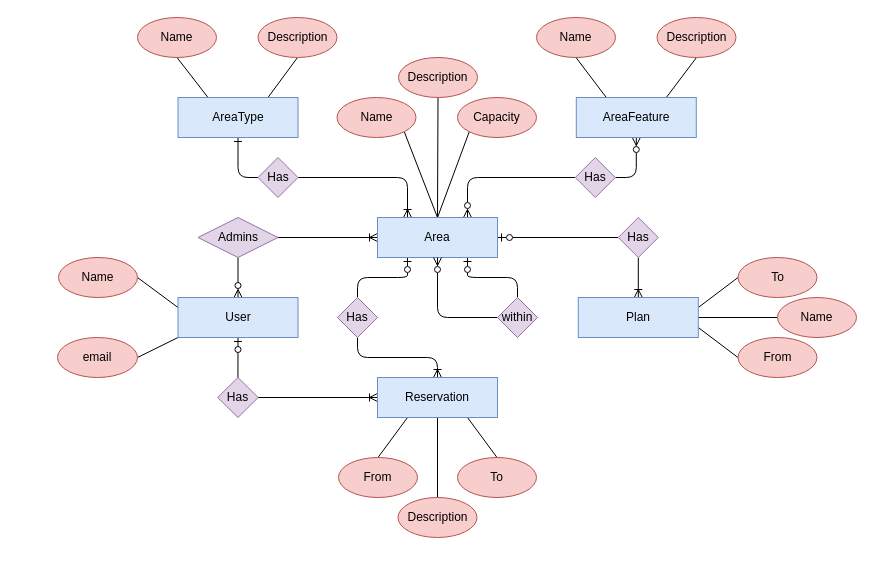
This is page "Simple Diagram" (1 of 2) of docs/database diagram.drawio from odinguden/office-space-manager, a draw.io file, before an edit. Source tidied: cells renumbered, new cells numbered last; positions are measured from the earlier drawing's top-left corner, leaving out a move shared by most shapes. Both pictures are drawn from the tidied source at 100%, with x=0, y=0 at pixel (57, 17).
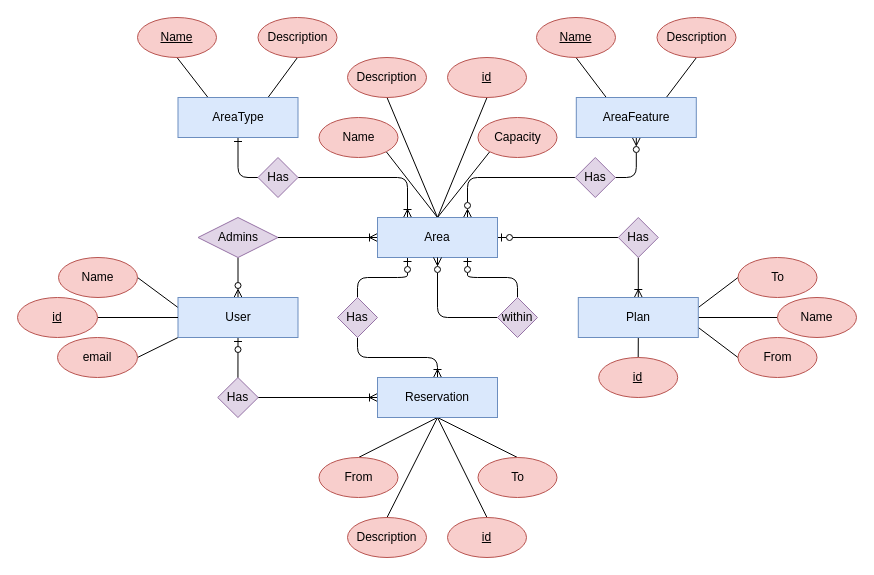
Above is the later version.

Commit message:
Added primary keys to ER diagram

The change refers to these unchanged cells:
```xml
<mxCell id="11" value="Area" style="rounded=0;whiteSpace=wrap;html=1;fillColor=#dae8fc;strokeColor=#6c8ebf;" parent="1" vertex="1">
  <mxGeometry x="320" y="200" width="120" height="40" as="geometry" />
</mxCell>
<mxCell id="27" value="User" style="rounded=0;whiteSpace=wrap;html=1;fillColor=#dae8fc;strokeColor=#6c8ebf;" parent="1" vertex="1">
  <mxGeometry x="120.5" y="280" width="120" height="40" as="geometry" />
</mxCell>
<mxCell id="31" value="Reservation" style="rounded=0;whiteSpace=wrap;html=1;fillColor=#dae8fc;strokeColor=#6c8ebf;" parent="1" vertex="1">
  <mxGeometry x="320" y="360" width="120" height="40" as="geometry" />
</mxCell>
<mxCell id="35" value="Plan" style="rounded=0;whiteSpace=wrap;html=1;fillColor=#dae8fc;strokeColor=#6c8ebf;" parent="1" vertex="1">
  <mxGeometry x="520.8" y="280" width="120" height="40" as="geometry" />
</mxCell>
```

The edit, as a diff of the source:
```diff
@@
+    <mxCell id="59" style="edgeStyle=none;html=1;exitX=0.5;exitY=0;exitDx=0;exitDy=0;entryX=0.5;entryY=1;entryDx=0;entryDy=0;endArrow=none;endFill=0;" parent="1" edge="1" source="11" target="62">
+      <mxGeometry relative="1" as="geometry" />
+    </mxCell>
@@
+    <mxCell id="30" style="edgeStyle=none;html=1;exitX=0.5;exitY=1;exitDx=0;exitDy=0;entryX=0.5;entryY=0;entryDx=0;entryDy=0;endArrow=none;endFill=0;" parent="1" edge="1" source="31" target="58">
+      <mxGeometry relative="1" as="geometry" />
+    </mxCell>
+    <mxCell id="60" style="edgeStyle=none;html=1;exitX=0.5;exitY=1;exitDx=0;exitDy=0;entryX=0.5;entryY=0;entryDx=0;entryDy=0;endArrow=none;endFill=0;" parent="1" edge="1" source="31" target="65">
+      <mxGeometry relative="1" as="geometry" />
+    </mxCell>
-    <mxCell id="28" style="edgeStyle=none;html=1;exitX=0.25;exitY=1;exitDx=0;exitDy=0;entryX=0.5;entryY=0;entryDx=0;entryDy=0;endArrow=none;endFill=0;" parent="1" edge="1" source="31" target="44">
+    <mxCell id="28" style="edgeStyle=none;html=1;exitX=0.5;exitY=1;exitDx=0;exitDy=0;entryX=0.5;entryY=0;entryDx=0;entryDy=0;endArrow=none;endFill=0;" parent="1" edge="1" source="31" target="44">
       <mxGeometry relative="1" as="geometry" />
     </mxCell>
-    <mxCell id="29" style="edgeStyle=none;html=1;exitX=0.75;exitY=1;exitDx=0;exitDy=0;entryX=0.5;entryY=0;entryDx=0;entryDy=0;endArrow=none;endFill=0;" parent="1" edge="1" source="31" target="45">
+    <mxCell id="29" style="edgeStyle=none;html=1;exitX=0.5;exitY=1;exitDx=0;exitDy=0;entryX=0.5;entryY=0;entryDx=0;entryDy=0;endArrow=none;endFill=0;" parent="1" edge="1" source="31" target="45">
       <mxGeometry relative="1" as="geometry" />
     </mxCell>
-    <mxCell id="30" style="edgeStyle=none;html=1;exitX=0.5;exitY=1;exitDx=0;exitDy=0;entryX=0.5;entryY=0;entryDx=0;entryDy=0;endArrow=none;endFill=0;" parent="1" edge="1" source="31" target="58">
-      <mxGeometry relative="1" as="geometry" />
-    </mxCell>
@@
+    <mxCell id="61" style="edgeStyle=none;html=1;exitX=0.5;exitY=1;exitDx=0;exitDy=0;entryX=0.5;entryY=0;entryDx=0;entryDy=0;endArrow=none;endFill=0;" parent="1" edge="1" source="35" target="66">
+      <mxGeometry relative="1" as="geometry" />
+    </mxCell>
@@
     <mxCell id="44" value="From" style="ellipse;whiteSpace=wrap;html=1;fillColor=#f8cecc;strokeColor=#b85450;" parent="1" vertex="1">
-      <mxGeometry x="281" y="440" width="79" height="40" as="geometry" />
+      <mxGeometry x="261.5" y="440" width="79" height="40" as="geometry" />
     </mxCell>
     <mxCell id="45" value="To" style="ellipse;whiteSpace=wrap;html=1;fillColor=#f8cecc;strokeColor=#b85450;" parent="1" vertex="1">
-      <mxGeometry x="400" y="440" width="79" height="40" as="geometry" />
+      <mxGeometry x="420.5" y="440" width="79" height="40" as="geometry" />
     </mxCell>
-    <mxCell id="46" value="Name" style="ellipse;whiteSpace=wrap;html=1;fillColor=#f8cecc;strokeColor=#b85450;" parent="1" vertex="1">
+    <mxCell id="46" value="&lt;u&gt;Name&lt;/u&gt;" style="ellipse;whiteSpace=wrap;html=1;fillColor=#f8cecc;strokeColor=#b85450;" parent="1" vertex="1">
       <mxGeometry x="80" width="79" height="40" as="geometry" />
     </mxCell>
@@
-    <mxCell id="48" value="Name" style="ellipse;whiteSpace=wrap;html=1;fillColor=#f8cecc;strokeColor=#b85450;" parent="1" vertex="1">
+    <mxCell id="48" value="Name" style="ellipse;whiteSpace=wrap;html=1;fillColor=#f8cecc;strokeColor=#b85450;fontStyle=4;" parent="1" vertex="1">
       <mxGeometry x="479" width="79" height="40" as="geometry" />
     </mxCell>
@@
     <mxCell id="52" value="Description" style="ellipse;whiteSpace=wrap;html=1;fillColor=#f8cecc;strokeColor=#b85450;" parent="1" vertex="1">
-      <mxGeometry x="341" y="40" width="79" height="40" as="geometry" />
+      <mxGeometry x="290" y="40" width="79" height="40" as="geometry" />
     </mxCell>
     <mxCell id="53" value="Name" style="ellipse;whiteSpace=wrap;html=1;fillColor=#f8cecc;strokeColor=#b85450;" parent="1" vertex="1">
-      <mxGeometry x="279.5" y="80" width="79" height="40" as="geometry" />
+      <mxGeometry x="261.5" y="100" width="79" height="40" as="geometry" />
     </mxCell>
     <mxCell id="54" value="Capacity" style="ellipse;whiteSpace=wrap;html=1;fillColor=#f8cecc;strokeColor=#b85450;" parent="1" vertex="1">
-      <mxGeometry x="400" y="80" width="79" height="40" as="geometry" />
+      <mxGeometry x="420.5" y="100" width="79" height="40" as="geometry" />
     </mxCell>
@@
     <mxCell id="58" value="Description" style="ellipse;whiteSpace=wrap;html=1;fillColor=#f8cecc;strokeColor=#b85450;" parent="1" vertex="1">
-      <mxGeometry x="340.5" y="480" width="79" height="40" as="geometry" />
+      <mxGeometry x="290" y="500" width="79" height="40" as="geometry" />
     </mxCell>
+    <mxCell id="62" value="id" style="ellipse;whiteSpace=wrap;html=1;fillColor=#f8cecc;strokeColor=#b85450;fontStyle=4;" parent="1" vertex="1">
+      <mxGeometry x="390" y="40" width="79" height="40" as="geometry" />
+    </mxCell>
+    <mxCell id="63" style="edgeStyle=none;html=1;exitX=1;exitY=0.5;exitDx=0;exitDy=0;entryX=0;entryY=0.5;entryDx=0;entryDy=0;endArrow=none;endFill=0;" parent="1" edge="1" source="64" target="27">
+      <mxGeometry relative="1" as="geometry" />
+    </mxCell>
+    <mxCell id="64" value="id" style="ellipse;whiteSpace=wrap;html=1;fillColor=#f8cecc;strokeColor=#b85450;fontStyle=4;" parent="1" vertex="1">
+      <mxGeometry x="-40" y="280" width="80" height="40" as="geometry" />
+    </mxCell>
+    <mxCell id="65" value="id" style="ellipse;whiteSpace=wrap;html=1;fillColor=#f8cecc;strokeColor=#b85450;fontStyle=4;" parent="1" vertex="1">
+      <mxGeometry x="390" y="500" width="79" height="40" as="geometry" />
+    </mxCell>
+    <mxCell id="66" value="id" style="ellipse;whiteSpace=wrap;html=1;fillColor=#f8cecc;strokeColor=#b85450;fontStyle=4;" parent="1" vertex="1">
+      <mxGeometry x="541.2" y="340" width="79" height="40" as="geometry" />
+    </mxCell>
```
